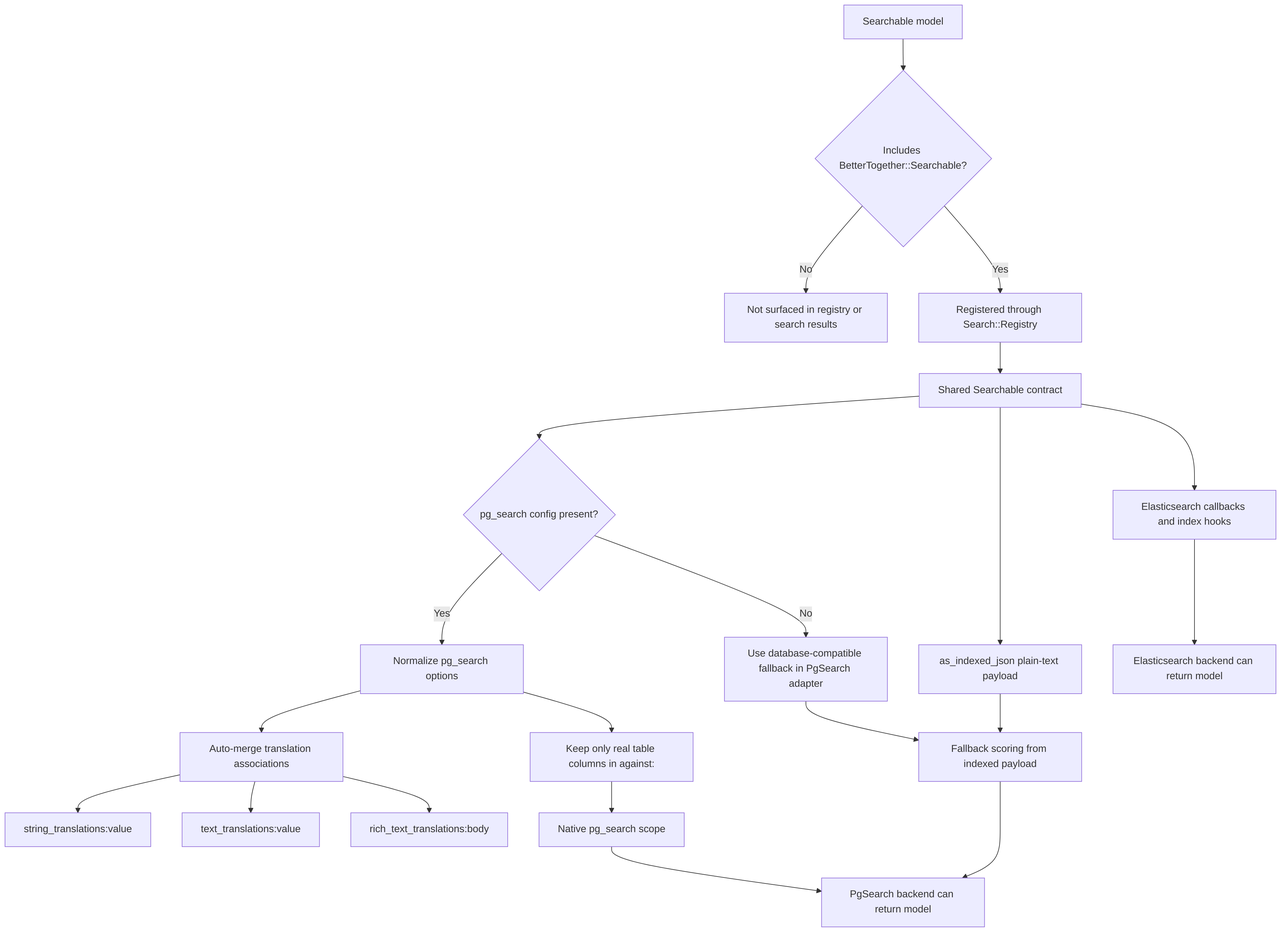
better-together-org/community-engine-rails keeps this Mermaid diagram as docs/diagrams/exports/png/pr_1479_search_contract_normalization.png. Above is the earlier version. Its source is kept beside it as docs/diagrams/source/pr_1479_search_contract_normalization.mmd.
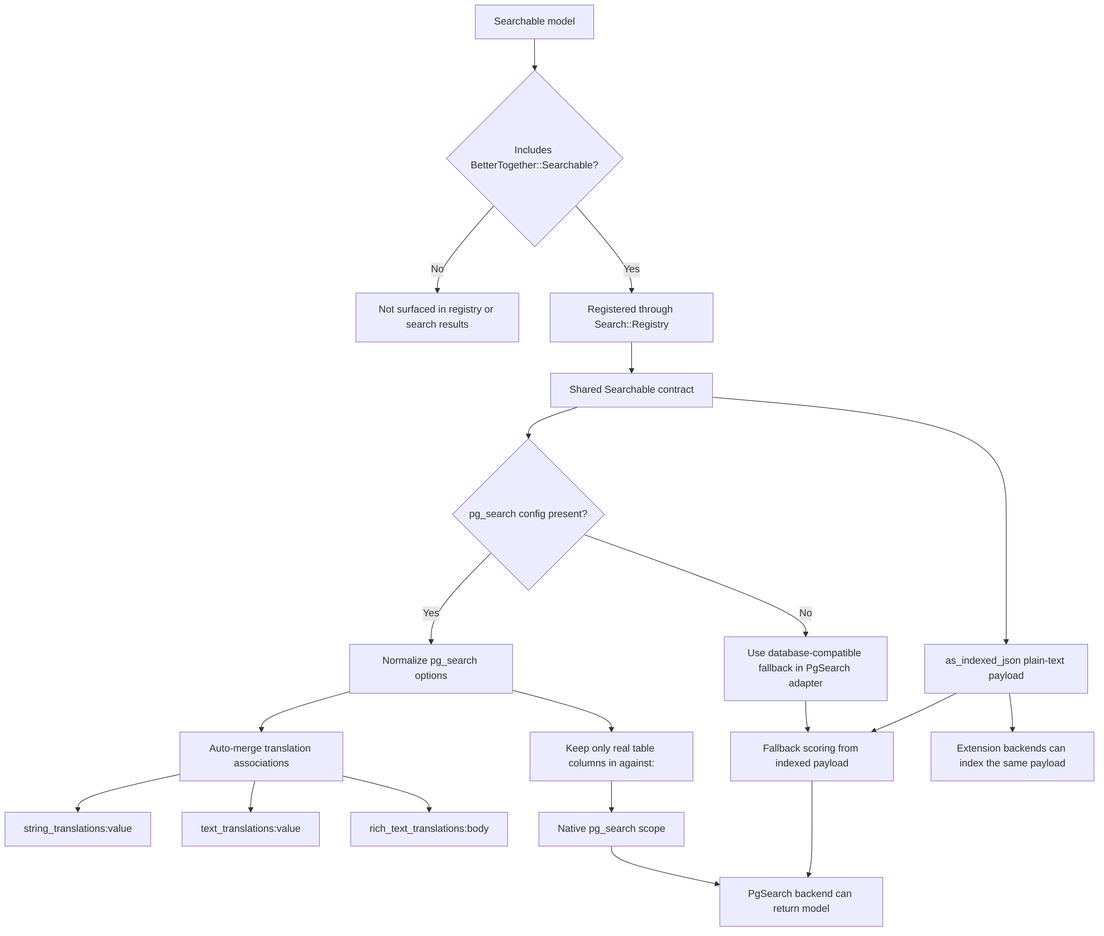
Later version of the same file.

The edit, as a diff of the source:
```diff
@@ -3,7 +3,6 @@
     B -- No --> X[Not surfaced in registry or search results]
     B -- Yes --> C[Registered through Search::Registry]
     C --> D[Shared Searchable contract]
-    D --> E[Elasticsearch callbacks and index hooks]
     D --> F{pg_search config present?}
     D --> G[as_indexed_json plain-text payload]
     F -- Yes --> H[Normalize pg_search options]
@@ -18,4 +17,4 @@
     G --> M
     L --> N[PgSearch backend can return model]
     M --> N
-    E --> O[Elasticsearch backend can return model]
+    G --> O[Extension backends can index the same payload]
```
